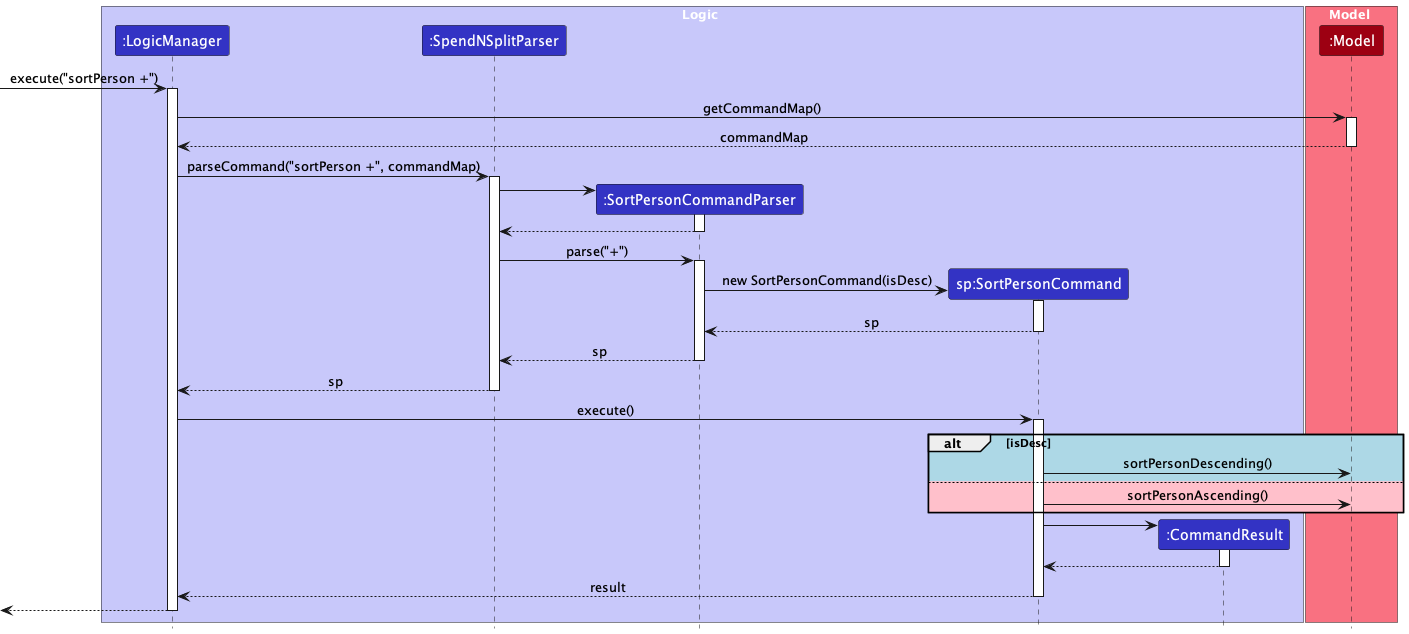
The PlantUML diagram docs/images/SortPersonSequenceDiagram.png in wui-hong/tp, before a commit.
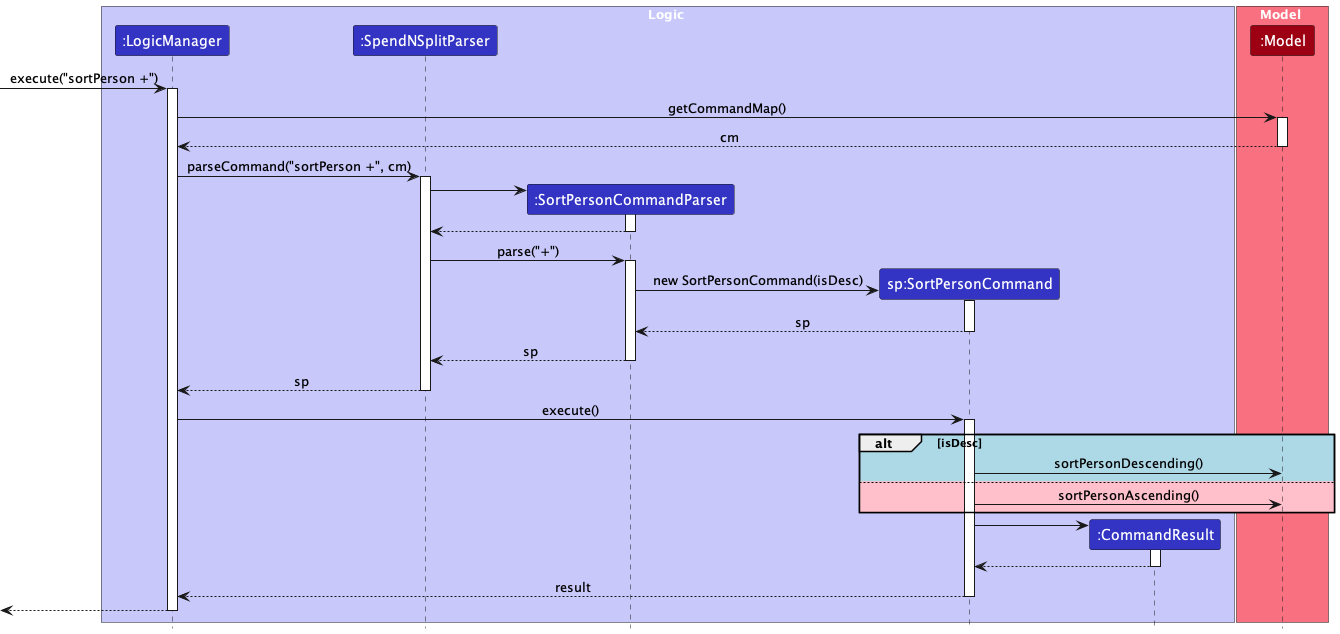
Later version of the same file.

Commit message:
Shorten sequence diagrams

What changed in the source:
```diff
@@ -19,10 +19,10 @@
 
 LogicManager -> Model : getCommandMap()
 activate Model
-Model --> LogicManager : commandMap
+Model --> LogicManager : cm
 deactivate Model
 
-LogicManager -> SpendNSplitParser : parseCommand("sortPerson +", commandMap)
+LogicManager -> SpendNSplitParser : parseCommand("sortPerson +", cm)
 activate SpendNSplitParser
 
 create SortPersonCommandParser
```
